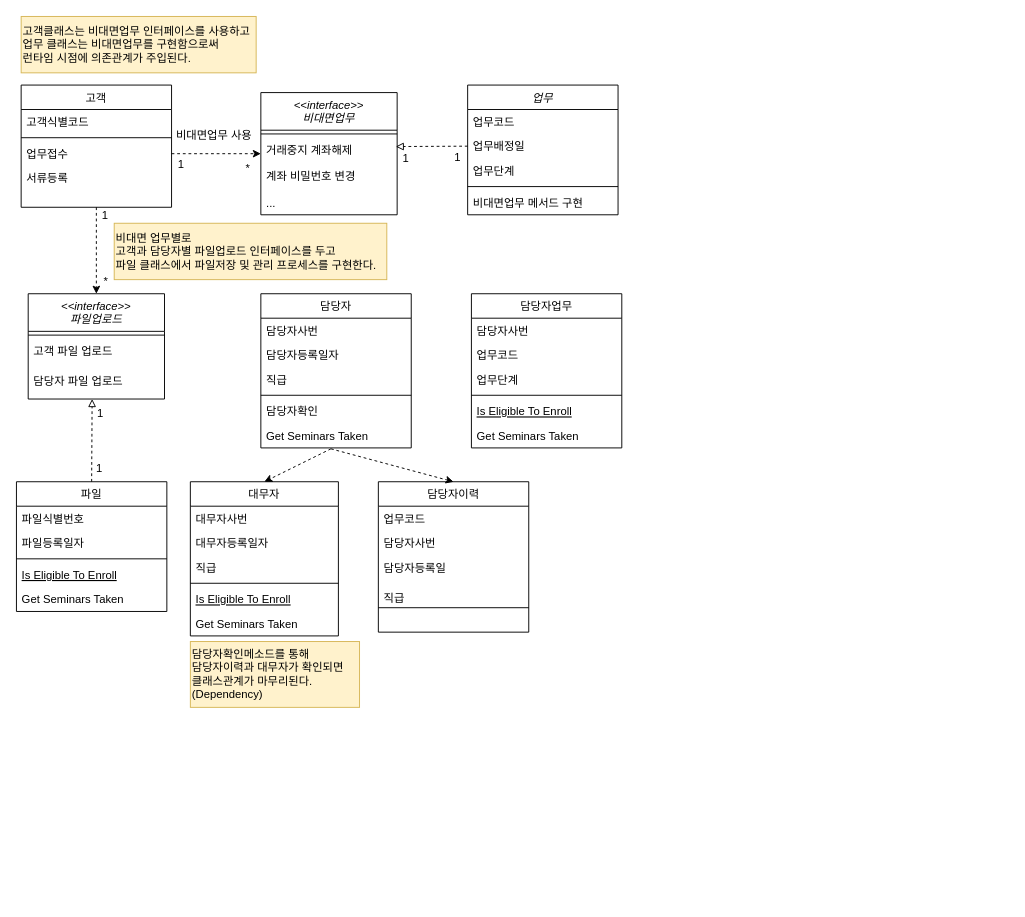
Above: 클래스다이어그램.drawio in corrvax/toby (draw.io), before the change. Source tidied: cells renumbered, new cells numbered last; positions are measured from the earlier drawing's top-left corner, leaving out a move shared by most shapes. Both pictures are drawn from the tidied source at 94%, with x=0, y=0 at pixel (16, 16).
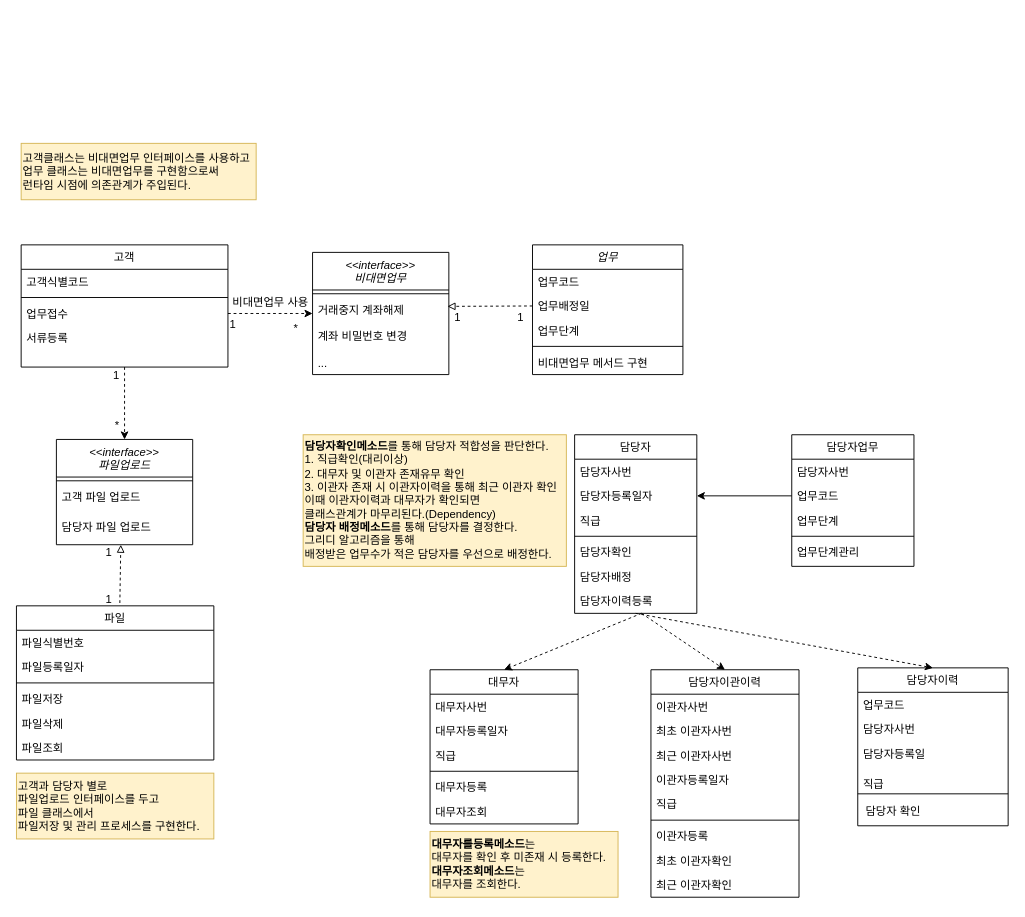
After the change.

Commit message (it also covers changes not shown here):
클래스다이어그램.drawio 업데이트

Unchanged cells that the change refers to:
```xml
<mxCell id="63" value="담당자 파일 업로드" style="text;align=left;verticalAlign=top;spacingLeft=4;spacingRight=4;overflow=hidden;points=[[0,0.5],[1,0.5]];portConstraint=eastwest;" parent="60" vertex="1">
  <mxGeometry y="80" width="145" height="32" as="geometry" />
</mxCell>
```

Change to the diagram source:
```diff
@@
     <mxCell id="2" value="업무" style="swimlane;fontStyle=2;align=center;verticalAlign=top;horizontal=1;startSize=26;rounded=0;shadow=0;strokeWidth=1;" parent="1" vertex="1">
-      <mxGeometry x="480" y="73" width="160" height="138" as="geometry" />
+      <mxGeometry x="549" y="243" width="160" height="138" as="geometry" />
     </mxCell>
@@
     <mxCell id="8" value="파일" style="swimlane;fontStyle=0;align=center;verticalAlign=top;horizontal=1;startSize=26;rounded=0;shadow=0;strokeWidth=1;" parent="1" vertex="1">
-      <mxGeometry y="495" width="160" height="138" as="geometry" />
+      <mxGeometry y="627" width="210" height="164" as="geometry" />
     </mxCell>
     <mxCell id="9" value="파일식별번호" style="text;align=left;verticalAlign=top;spacingLeft=4;spacingRight=4;overflow=hidden;" parent="8" vertex="1">
-      <mxGeometry y="26" width="160" height="26" as="geometry" />
+      <mxGeometry y="26" width="210" height="26" as="geometry" />
     </mxCell>
     <mxCell id="10" value="파일등록일자" style="text;align=left;verticalAlign=top;spacingLeft=4;spacingRight=4;overflow=hidden;rounded=0;shadow=0;html=0;" parent="8" vertex="1">
-      <mxGeometry y="52" width="160" height="26" as="geometry" />
+      <mxGeometry y="52" width="210" height="26" as="geometry" />
     </mxCell>
     <mxCell id="11" style="line;html=1;strokeWidth=1;align=left;verticalAlign=middle;spacingTop=-1;spacingLeft=3;spacingRight=3;labelPosition=right;" parent="8" vertex="1">
-      <mxGeometry y="78" width="160" height="8" as="geometry" />
+      <mxGeometry y="78" width="210" height="8" as="geometry" />
     </mxCell>
-    <mxCell id="12" value="Is Eligible To Enroll" style="text;align=left;verticalAlign=top;spacingLeft=4;spacingRight=4;overflow=hidden;fontStyle=4;" parent="8" vertex="1">
-      <mxGeometry y="86" width="160" height="26" as="geometry" />
+    <mxCell id="12" value="파일저장" style="text;align=left;verticalAlign=top;spacingLeft=4;spacingRight=4;overflow=hidden;fontStyle=0;" parent="8" vertex="1">
+      <mxGeometry y="86" width="210" height="26" as="geometry" />
     </mxCell>
-    <mxCell id="13" value="Get Seminars Taken" style="text;align=left;verticalAlign=top;spacingLeft=4;spacingRight=4;overflow=hidden;" parent="8" vertex="1">
-      <mxGeometry y="112" width="160" height="26" as="geometry" />
+    <mxCell id="13" value="파일삭제" style="text;align=left;verticalAlign=top;spacingLeft=4;spacingRight=4;overflow=hidden;" parent="8" vertex="1">
+      <mxGeometry y="112" width="210" height="26" as="geometry" />
     </mxCell>
+    <mxCell id="71" value="파일조회" style="text;align=left;verticalAlign=top;spacingLeft=4;spacingRight=4;overflow=hidden;" parent="8" vertex="1">
+      <mxGeometry y="138" width="210" height="26" as="geometry" />
+    </mxCell>
     <mxCell id="14" value="담당자이력" style="swimlane;fontStyle=0;align=center;verticalAlign=top;horizontal=1;startSize=26;rounded=0;shadow=0;strokeWidth=1;" parent="1" vertex="1">
-      <mxGeometry x="385" y="495" width="160" height="160" as="geometry" />
+      <mxGeometry x="895" y="693" width="160" height="168" as="geometry" />
     </mxCell>
@@
+    <mxCell id="72" value="&amp;nbsp; 담당자 확인" style="text;html=1;align=left;verticalAlign=middle;strokeColor=none;fillColor=none;" parent="14" vertex="1">
+      <mxGeometry y="138" width="160" height="30" as="geometry" />
+    </mxCell>
     <mxCell id="20" value="고객" style="swimlane;fontStyle=0;align=center;verticalAlign=top;horizontal=1;startSize=26;rounded=0;shadow=0;strokeWidth=1;" parent="1" vertex="1">
-      <mxGeometry x="5" y="73" width="160" height="130" as="geometry" />
+      <mxGeometry x="5" y="243" width="220" height="130" as="geometry" />
     </mxCell>
     <mxCell id="21" value="고객식별코드" style="text;align=left;verticalAlign=top;spacingLeft=4;spacingRight=4;overflow=hidden;" parent="20" vertex="1">
-      <mxGeometry y="26" width="160" height="26" as="geometry" />
+      <mxGeometry y="26" width="220" height="26" as="geometry" />
     </mxCell>
     <mxCell id="22" style="line;html=1;strokeWidth=1;align=left;verticalAlign=middle;spacingTop=-1;spacingLeft=3;spacingRight=3;labelPosition=right;" parent="20" vertex="1">
-      <mxGeometry y="52" width="160" height="8" as="geometry" />
+      <mxGeometry y="52" width="220" height="8" as="geometry" />
     </mxCell>
     <mxCell id="23" value="업무접수" style="text;align=left;verticalAlign=top;spacingLeft=4;spacingRight=4;overflow=hidden;points=[[0,0.5],[1,0.5]];portConstraint=eastwest;" parent="20" vertex="1">
-      <mxGeometry y="60" width="160" height="26" as="geometry" />
+      <mxGeometry y="60" width="220" height="26" as="geometry" />
     </mxCell>
     <mxCell id="24" value="서류등록" style="text;align=left;verticalAlign=top;spacingLeft=4;spacingRight=4;overflow=hidden;" parent="20" vertex="1">
-      <mxGeometry y="86" width="160" height="26" as="geometry" />
+      <mxGeometry y="86" width="220" height="26" as="geometry" />
     </mxCell>
     <mxCell id="25" value="담당자" style="swimlane;fontStyle=0;align=center;verticalAlign=top;horizontal=1;startSize=26;rounded=0;shadow=0;strokeWidth=1;" parent="1" vertex="1">
-      <mxGeometry x="260" y="295" width="160" height="164" as="geometry" />
+      <mxGeometry x="593.8" y="445" width="130" height="190" as="geometry" />
     </mxCell>
     <mxCell id="26" value="담당자사번" style="text;align=left;verticalAlign=top;spacingLeft=4;spacingRight=4;overflow=hidden;" parent="25" vertex="1">
-      <mxGeometry y="26" width="160" height="26" as="geometry" />
+      <mxGeometry y="26" width="130" height="26" as="geometry" />
     </mxCell>
     <mxCell id="27" value="담당자등록일자" style="text;align=left;verticalAlign=top;spacingLeft=4;spacingRight=4;overflow=hidden;points=[[0,0.5],[1,0.5]];portConstraint=eastwest;rounded=0;shadow=0;html=0;" parent="25" vertex="1">
-      <mxGeometry y="52" width="160" height="26" as="geometry" />
+      <mxGeometry y="52" width="130" height="26" as="geometry" />
     </mxCell>
     <mxCell id="28" value="직급" style="text;align=left;verticalAlign=top;spacingLeft=4;spacingRight=4;overflow=hidden;rounded=0;shadow=0;html=0;" parent="25" vertex="1">
-      <mxGeometry y="78" width="160" height="26" as="geometry" />
+      <mxGeometry y="78" width="130" height="26" as="geometry" />
     </mxCell>
     <mxCell id="29" style="line;html=1;strokeWidth=1;align=left;verticalAlign=middle;spacingTop=-1;spacingLeft=3;spacingRight=3;labelPosition=right;" parent="25" vertex="1">
-      <mxGeometry y="104" width="160" height="8" as="geometry" />
+      <mxGeometry y="104" width="130" height="8" as="geometry" />
     </mxCell>
     <mxCell id="30" value="담당자확인" style="text;align=left;verticalAlign=top;spacingLeft=4;spacingRight=4;overflow=hidden;fontStyle=0;" parent="25" vertex="1">
-      <mxGeometry y="112" width="160" height="26" as="geometry" />
+      <mxGeometry y="112" width="130" height="26" as="geometry" />
     </mxCell>
-    <mxCell id="31" value="Get Seminars Taken" style="text;align=left;verticalAlign=top;spacingLeft=4;spacingRight=4;overflow=hidden;points=[[0,0.5],[1,0.5]];portConstraint=eastwest;" parent="25" vertex="1">
-      <mxGeometry y="138" width="160" height="26" as="geometry" />
-    </mxCell>
+    <mxCell id="73" value="담당자배정" style="text;align=left;verticalAlign=top;spacingLeft=4;spacingRight=4;overflow=hidden;fontStyle=0;" parent="25" vertex="1">
+      <mxGeometry y="138" width="130" height="26" as="geometry" />
+    </mxCell>
+    <mxCell id="74" value="담당자이력등록" style="text;align=left;verticalAlign=top;spacingLeft=4;spacingRight=4;overflow=hidden;fontStyle=0;" parent="25" vertex="1">
+      <mxGeometry y="164" width="130" height="26" as="geometry" />
+    </mxCell>
     <mxCell id="32" value="대무자" style="swimlane;fontStyle=0;align=center;verticalAlign=top;horizontal=1;startSize=26;rounded=0;shadow=0;strokeWidth=1;" parent="1" vertex="1">
-      <mxGeometry x="185" y="495" width="157.5" height="164" as="geometry" />
+      <mxGeometry x="440" y="695" width="157.5" height="164" as="geometry" />
     </mxCell>
@@
-    <mxCell id="37" value="Is Eligible To Enroll" style="text;align=left;verticalAlign=top;spacingLeft=4;spacingRight=4;overflow=hidden;fontStyle=4;" parent="32" vertex="1">
+    <mxCell id="37" value="대무자등록" style="text;align=left;verticalAlign=top;spacingLeft=4;spacingRight=4;overflow=hidden;fontStyle=0;" parent="32" vertex="1">
       <mxGeometry y="112" width="157.5" height="26" as="geometry" />
     </mxCell>
-    <mxCell id="38" value="Get Seminars Taken" style="text;align=left;verticalAlign=top;spacingLeft=4;spacingRight=4;overflow=hidden;" parent="32" vertex="1">
+    <mxCell id="38" value="대무자조회" style="text;align=left;verticalAlign=top;spacingLeft=4;spacingRight=4;overflow=hidden;" parent="32" vertex="1">
       <mxGeometry y="138" width="157.5" height="26" as="geometry" />
     </mxCell>
     <mxCell id="39" value="담당자업무" style="swimlane;fontStyle=0;align=center;verticalAlign=top;horizontal=1;startSize=26;rounded=0;shadow=0;strokeWidth=1;" parent="1" vertex="1">
-      <mxGeometry x="484" y="295" width="160" height="164" as="geometry" />
+      <mxGeometry x="824.8" y="445" width="130" height="140" as="geometry" />
     </mxCell>
     <mxCell id="40" value="담당자사번" style="text;align=left;verticalAlign=top;spacingLeft=4;spacingRight=4;overflow=hidden;" parent="39" vertex="1">
-      <mxGeometry y="26" width="160" height="26" as="geometry" />
+      <mxGeometry y="26" width="130" height="26" as="geometry" />
     </mxCell>
     <mxCell id="41" value="업무코드" style="text;align=left;verticalAlign=top;spacingLeft=4;spacingRight=4;overflow=hidden;points=[[0,0.5],[1,0.5]];portConstraint=eastwest;rounded=0;shadow=0;html=0;" parent="39" vertex="1">
-      <mxGeometry y="52" width="160" height="26" as="geometry" />
+      <mxGeometry y="52" width="130" height="26" as="geometry" />
     </mxCell>
     <mxCell id="42" value="업무단계" style="text;align=left;verticalAlign=top;spacingLeft=4;spacingRight=4;overflow=hidden;rounded=0;shadow=0;html=0;" parent="39" vertex="1">
-      <mxGeometry y="78" width="160" height="26" as="geometry" />
+      <mxGeometry y="78" width="130" height="26" as="geometry" />
     </mxCell>
     <mxCell id="43" style="line;html=1;strokeWidth=1;align=left;verticalAlign=middle;spacingTop=-1;spacingLeft=3;spacingRight=3;labelPosition=right;" parent="39" vertex="1">
-      <mxGeometry y="104" width="160" height="8" as="geometry" />
+      <mxGeometry y="104" width="130" height="8" as="geometry" />
     </mxCell>
-    <mxCell id="44" value="Is Eligible To Enroll" style="text;align=left;verticalAlign=top;spacingLeft=4;spacingRight=4;overflow=hidden;fontStyle=4;" parent="39" vertex="1">
-      <mxGeometry y="112" width="160" height="26" as="geometry" />
+    <mxCell id="44" value="업무단계관리" style="text;align=left;verticalAlign=top;spacingLeft=4;spacingRight=4;overflow=hidden;fontStyle=0;" parent="39" vertex="1">
+      <mxGeometry y="112" width="130" height="26" as="geometry" />
     </mxCell>
-    <mxCell id="45" value="Get Seminars Taken" style="text;align=left;verticalAlign=top;spacingLeft=4;spacingRight=4;overflow=hidden;" parent="39" vertex="1">
-      <mxGeometry y="138" width="160" height="26" as="geometry" />
-    </mxCell>
-    <mxCell id="46" style="rounded=0;jettySize=auto;html=1;entryX=0.5;entryY=0;entryDx=0;entryDy=0;dashed=1;exitX=0.466;exitY=1.038;exitDx=0;exitDy=0;exitPerimeter=0;" parent="1" edge="1" source="31" target="14">
+    <mxCell id="46" style="rounded=0;jettySize=auto;html=1;entryX=0.5;entryY=0;entryDx=0;entryDy=0;dashed=1;exitX=0.5;exitY=1;exitDx=0;exitDy=0;" parent="1" edge="1" source="25" target="14">
       <mxGeometry relative="1" as="geometry" />
     </mxCell>
-    <mxCell id="47" style="rounded=0;jettySize=auto;html=1;exitX=0.466;exitY=1.038;exitDx=0;exitDy=0;entryX=0.5;entryY=0;entryDx=0;entryDy=0;dashed=1;exitPerimeter=0;" parent="1" edge="1" source="31" target="32">
-      <mxGeometry relative="1" as="geometry" />
+    <mxCell id="47" style="rounded=0;jettySize=auto;html=1;entryX=0.5;entryY=0;entryDx=0;entryDy=0;dashed=1;" parent="1" edge="1" target="32">
+      <mxGeometry relative="1" as="geometry">
+        <mxPoint x="665" y="635" as="sourcePoint" />
+      </mxGeometry>
     </mxCell>
-    <mxCell id="48" value="담당자확인메소드를 통해 &lt;br&gt;담당자이력과 대무자가 확인되면 &lt;br&gt;클래스관계가 마무리된다.&lt;br&gt;(Dependency)" style="text;html=1;align=left;verticalAlign=middle;strokeColor=#d6b656;fillColor=#fff2cc;" parent="1" vertex="1">
-      <mxGeometry x="185" y="665" width="180" height="70" as="geometry" />
+    <mxCell id="48" value="&lt;b&gt;담당자확인메소드&lt;/b&gt;를 통해 담당자 적합성을 판단한다.&lt;br&gt;1. 직급확인(대리이상)&lt;br&gt;2. 대무자 및 이관자 존재유무 확인&lt;br&gt;3. 이관자 존재 시 이관자이력을 통해 최근 이관자 확인&lt;br&gt;이때 이관자이력과 대무자가 확인되면 &lt;br&gt;클래스관계가 마무리된다.(Dependency)&lt;br&gt;&lt;b&gt;담당자 배정메소드&lt;/b&gt;를 통해 담당자를 결정한다.&lt;br&gt;그리디 알고리즘을 통해 &lt;br&gt;배정받은 업무수가 적은 담당자를 우선으로 배정한다." style="text;html=1;align=left;verticalAlign=middle;strokeColor=#d6b656;fillColor=#fff2cc;" parent="1" vertex="1">
+      <mxGeometry x="305" y="445" width="280" height="140" as="geometry" />
     </mxCell>
     <mxCell id="49" value="&lt;&lt;interface&gt;&gt;&#10;비대면업무" style="swimlane;fontStyle=2;align=center;verticalAlign=top;horizontal=1;startSize=40;rounded=0;shadow=0;strokeWidth=1;" parent="1" vertex="1">
-      <mxGeometry x="260" y="81" width="145" height="130" as="geometry" />
+      <mxGeometry x="315" y="251" width="145" height="130" as="geometry" />
     </mxCell>
@@
     <mxCell id="53" value="비대면업무 사용" style="text;html=1;align=center;verticalAlign=middle;strokeColor=none;fillColor=none;" parent="1" vertex="1">
-      <mxGeometry x="160" y="112" width="100" height="30" as="geometry" />
+      <mxGeometry x="220" y="289" width="100" height="30" as="geometry" />
     </mxCell>
@@
-    <mxCell id="55" value="고객클래스는 비대면업무 인터페이스를 사용하고&lt;br&gt;업무 클래스는 비대면업무를 구현함으로써&lt;br&gt;런타임 시점에 의존관계가 주입된다." style="text;html=1;align=left;verticalAlign=middle;strokeColor=#d6b656;fillColor=#fff2cc;" parent="1" vertex="1">
-      <mxGeometry x="5" width="250" height="60" as="geometry" />
+    <mxCell id="55" value="고객클래스는 비대면업무 인터페이스를 사용하고&lt;br&gt;업무 클래스는 비대면업무를 구현함으로써&lt;br&gt;런타임 시점에 의존관계가 주입된다.&lt;br&gt;" style="text;html=1;align=left;verticalAlign=middle;strokeColor=#d6b656;fillColor=#fff2cc;" parent="1" vertex="1">
+      <mxGeometry x="5" y="135" width="250" height="60" as="geometry" />
     </mxCell>
     <mxCell id="56" value="1" style="text;html=1;align=center;verticalAlign=middle;strokeColor=none;fillColor=none;" parent="1" vertex="1">
-      <mxGeometry x="160" y="143" width="30" height="30" as="geometry" />
+      <mxGeometry x="215" y="313" width="30" height="30" as="geometry" />
     </mxCell>
     <mxCell id="57" value="*" style="text;html=1;align=center;verticalAlign=middle;strokeColor=none;fillColor=none;" parent="1" vertex="1">
-      <mxGeometry x="231" y="147" width="30" height="30" as="geometry" />
+      <mxGeometry x="282" y="317" width="30" height="30" as="geometry" />
     </mxCell>
     <mxCell id="58" value="1" style="text;html=1;align=center;verticalAlign=middle;strokeColor=none;fillColor=none;" parent="1" vertex="1">
-      <mxGeometry x="399" y="136" width="30" height="30" as="geometry" />
+      <mxGeometry x="454" y="306" width="30" height="30" as="geometry" />
     </mxCell>
     <mxCell id="59" value="1" style="text;html=1;align=center;verticalAlign=middle;strokeColor=none;fillColor=none;" parent="1" vertex="1">
-      <mxGeometry x="454" y="135" width="30" height="30" as="geometry" />
+      <mxGeometry x="521" y="305" width="30" height="30" as="geometry" />
     </mxCell>
     <mxCell id="60" value="&lt;&lt;interface&gt;&gt;&#10;파일업로드" style="swimlane;fontStyle=2;align=center;verticalAlign=top;horizontal=1;startSize=40;rounded=0;shadow=0;strokeWidth=1;" parent="1" vertex="1">
-      <mxGeometry x="12.5" y="295" width="145" height="112" as="geometry" />
+      <mxGeometry x="42.5" y="450" width="145" height="112" as="geometry" />
     </mxCell>
@@
     <mxCell id="65" value="1" style="text;html=1;align=center;verticalAlign=middle;strokeColor=none;fillColor=none;" parent="1" vertex="1">
-      <mxGeometry x="79" y="197" width="30" height="30" as="geometry" />
+      <mxGeometry x="91" y="367" width="30" height="30" as="geometry" />
     </mxCell>
     <mxCell id="66" value="*" style="text;html=1;align=center;verticalAlign=middle;strokeColor=none;fillColor=none;" parent="1" vertex="1">
-      <mxGeometry x="80" y="267" width="30" height="30" as="geometry" />
+      <mxGeometry x="92" y="420" width="30" height="30" as="geometry" />
     </mxCell>
-    <mxCell id="67" style="rounded=0;jettySize=auto;html=1;exitX=0.5;exitY=0;exitDx=0;exitDy=0;entryX=0.469;entryY=1;entryDx=0;entryDy=0;entryPerimeter=0;endArrow=block;endFill=0;dashed=1;" parent="1" edge="1" source="8" target="63">
-      <mxGeometry relative="1" as="geometry" />
+    <mxCell id="67" style="rounded=0;orthogonalLoop=1;jettySize=auto;html=1;endArrow=block;endFill=0;dashed=1;exitX=0.379;exitY=0.007;exitDx=0;exitDy=0;exitPerimeter=0;" parent="1" edge="1">
+      <mxGeometry relative="1" as="geometry">
+        <mxPoint x="110" y="624" as="sourcePoint" />
+        <mxPoint x="111" y="562" as="targetPoint" />
+      </mxGeometry>
     </mxCell>
     <mxCell id="68" value="1" style="text;html=1;align=center;verticalAlign=middle;strokeColor=none;fillColor=none;" parent="1" vertex="1">
-      <mxGeometry x="74" y="408" width="30" height="30" as="geometry" />
+      <mxGeometry x="83" y="555" width="30" height="30" as="geometry" />
     </mxCell>
     <mxCell id="69" value="1" style="text;html=1;align=center;verticalAlign=middle;strokeColor=none;fillColor=none;" parent="1" vertex="1">
-      <mxGeometry x="73" y="466" width="30" height="30" as="geometry" />
+      <mxGeometry x="83" y="605" width="30" height="30" as="geometry" />
     </mxCell>
+    <mxCell id="75" style="rounded=0;jettySize=auto;html=1;exitX=0;exitY=0.5;exitDx=0;exitDy=0;entryX=1;entryY=0.5;entryDx=0;entryDy=0;" parent="1" edge="1" source="41" target="27">
+      <mxGeometry relative="1" as="geometry" />
+    </mxCell>
-    <mxCell id="70" value="비대면 업무별로&amp;nbsp;&lt;br&gt;고객과 담당자별 파일업로드 인터페이스를 두고&lt;br&gt;파일 클래스에서 파일저장 및 관리 프로세스를 구현한다." style="text;html=1;align=left;verticalAlign=middle;strokeColor=#d6b656;fillColor=#fff2cc;" parent="1" vertex="1">
-      <mxGeometry x="104" y="220" width="290" height="60" as="geometry" />
+    <mxCell id="70" value="고객과 담당자 별로&lt;br&gt;파일업로드 인터페이스를 두고&lt;br&gt;파일 클래스에서 &lt;br&gt;파일저장 및 관리 프로세스를 구현한다." style="text;html=1;align=left;verticalAlign=middle;strokeColor=#d6b656;fillColor=#fff2cc;" parent="1" vertex="1">
+      <mxGeometry y="805" width="210" height="70" as="geometry" />
     </mxCell>
+    <mxCell id="76" value="담당자이관이력" style="swimlane;fontStyle=0;align=center;verticalAlign=top;horizontal=1;startSize=26;rounded=0;shadow=0;strokeWidth=1;" parent="1" vertex="1">
+      <mxGeometry x="675" y="695" width="157.5" height="242" as="geometry" />
+    </mxCell>
+    <mxCell id="77" value="이관자사번" style="text;align=left;verticalAlign=top;spacingLeft=4;spacingRight=4;overflow=hidden;" parent="76" vertex="1">
+      <mxGeometry y="26" width="157.5" height="26" as="geometry" />
+    </mxCell>
+    <mxCell id="78" value="최초 이관자사번" style="text;align=left;verticalAlign=top;spacingLeft=4;spacingRight=4;overflow=hidden;" parent="76" vertex="1">
+      <mxGeometry y="52" width="157.5" height="26" as="geometry" />
+    </mxCell>
+    <mxCell id="79" value="최근 이관자사번" style="text;align=left;verticalAlign=top;spacingLeft=4;spacingRight=4;overflow=hidden;" parent="76" vertex="1">
+      <mxGeometry y="78" width="157.5" height="26" as="geometry" />
+    </mxCell>
+    <mxCell id="80" value="이관자등록일자" style="text;align=left;verticalAlign=top;spacingLeft=4;spacingRight=4;overflow=hidden;rounded=0;shadow=0;html=0;" parent="76" vertex="1">
+      <mxGeometry y="104" width="157.5" height="26" as="geometry" />
+    </mxCell>
+    <mxCell id="81" value="직급" style="text;align=left;verticalAlign=top;spacingLeft=4;spacingRight=4;overflow=hidden;rounded=0;shadow=0;html=0;" parent="76" vertex="1">
+      <mxGeometry y="130" width="157.5" height="26" as="geometry" />
+    </mxCell>
+    <mxCell id="82" style="line;html=1;strokeWidth=1;align=left;verticalAlign=middle;spacingTop=-1;spacingLeft=3;spacingRight=3;labelPosition=right;" parent="76" vertex="1">
+      <mxGeometry y="156" width="157.5" height="8" as="geometry" />
+    </mxCell>
+    <mxCell id="83" value="이관자등록" style="text;align=left;verticalAlign=top;spacingLeft=4;spacingRight=4;overflow=hidden;fontStyle=0;" parent="76" vertex="1">
+      <mxGeometry y="164" width="157.5" height="26" as="geometry" />
+    </mxCell>
+    <mxCell id="84" value="최초 이관자확인" style="text;align=left;verticalAlign=top;spacingLeft=4;spacingRight=4;overflow=hidden;" parent="76" vertex="1">
+      <mxGeometry y="190" width="157.5" height="26" as="geometry" />
+    </mxCell>
+    <mxCell id="85" value="최근 이관자확인" style="text;align=left;verticalAlign=top;spacingLeft=4;spacingRight=4;overflow=hidden;" parent="76" vertex="1">
+      <mxGeometry y="216" width="157.5" height="26" as="geometry" />
+    </mxCell>
+    <mxCell id="86" style="rounded=0;jettySize=auto;html=1;entryX=0.5;entryY=0;entryDx=0;entryDy=0;dashed=1;" parent="1" edge="1" target="76">
+      <mxGeometry relative="1" as="geometry">
+        <mxPoint x="665" y="635" as="sourcePoint" />
+      </mxGeometry>
+    </mxCell>
+    <mxCell id="87" value="&lt;b&gt;대무자를등록메소드&lt;/b&gt;는&lt;br&gt;대무자를 확인 후 미존재 시 등록한다.&lt;br&gt;&lt;b&gt;대무자조회메소드&lt;/b&gt;는&lt;br&gt;대무자를 조회한다." style="text;html=1;align=left;verticalAlign=middle;strokeColor=#d6b656;fillColor=#fff2cc;" parent="1" vertex="1">
+      <mxGeometry x="440" y="867" width="200" height="70" as="geometry" />
+    </mxCell>
```
